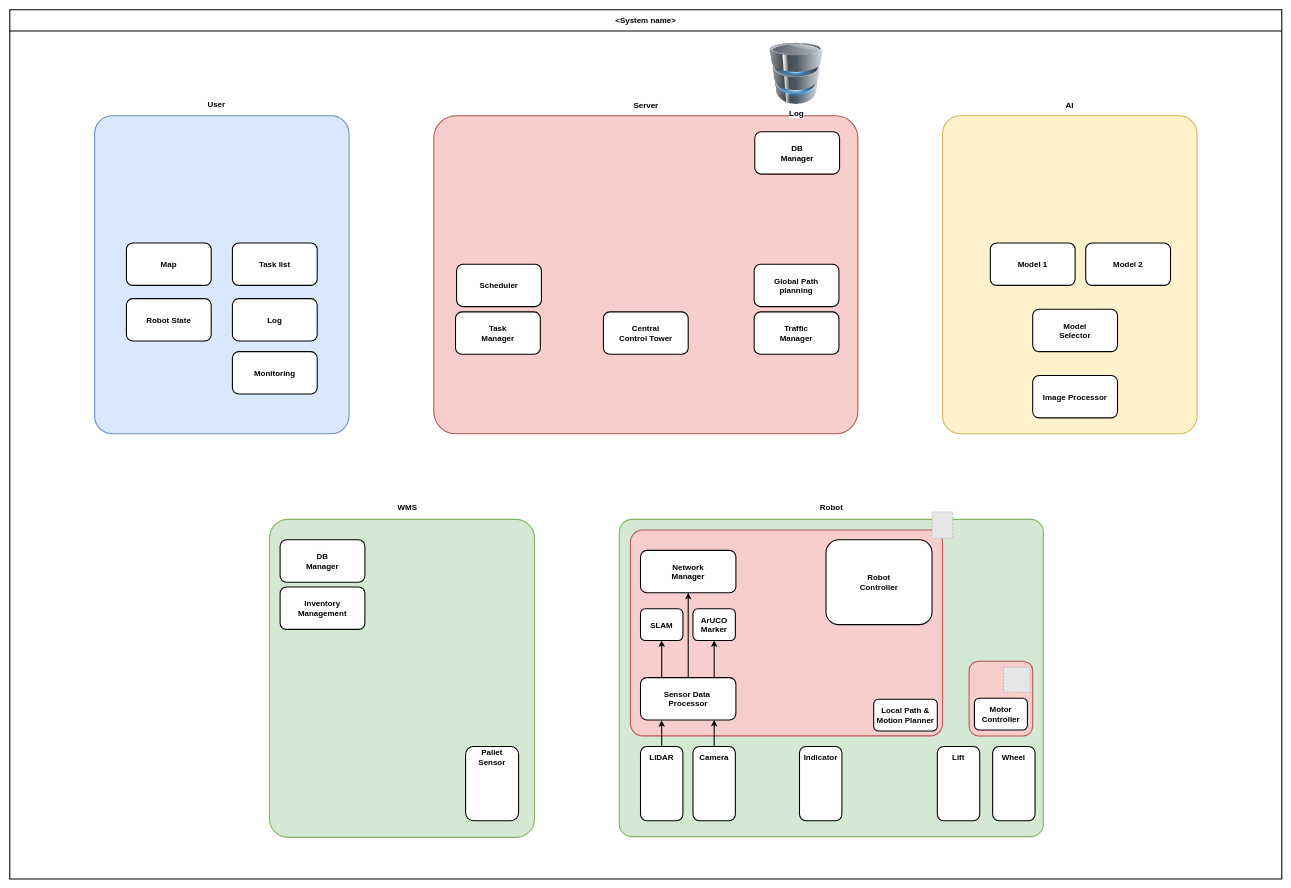
Above: diagram/System_Diagram.drawio in addinedu-ros-5th/ros-repo-1 (draw.io), before the change. Source tidied: cells renumbered, new cells numbered last; positions are measured from the earlier drawing's top-left corner, leaving out a move shared by most shapes. Both pictures are drawn from the tidied source at 53%, with x=0, y=0 at pixel (10, 10). Pictures stored in the file or linked from it are replaced by grey dashed boxes.
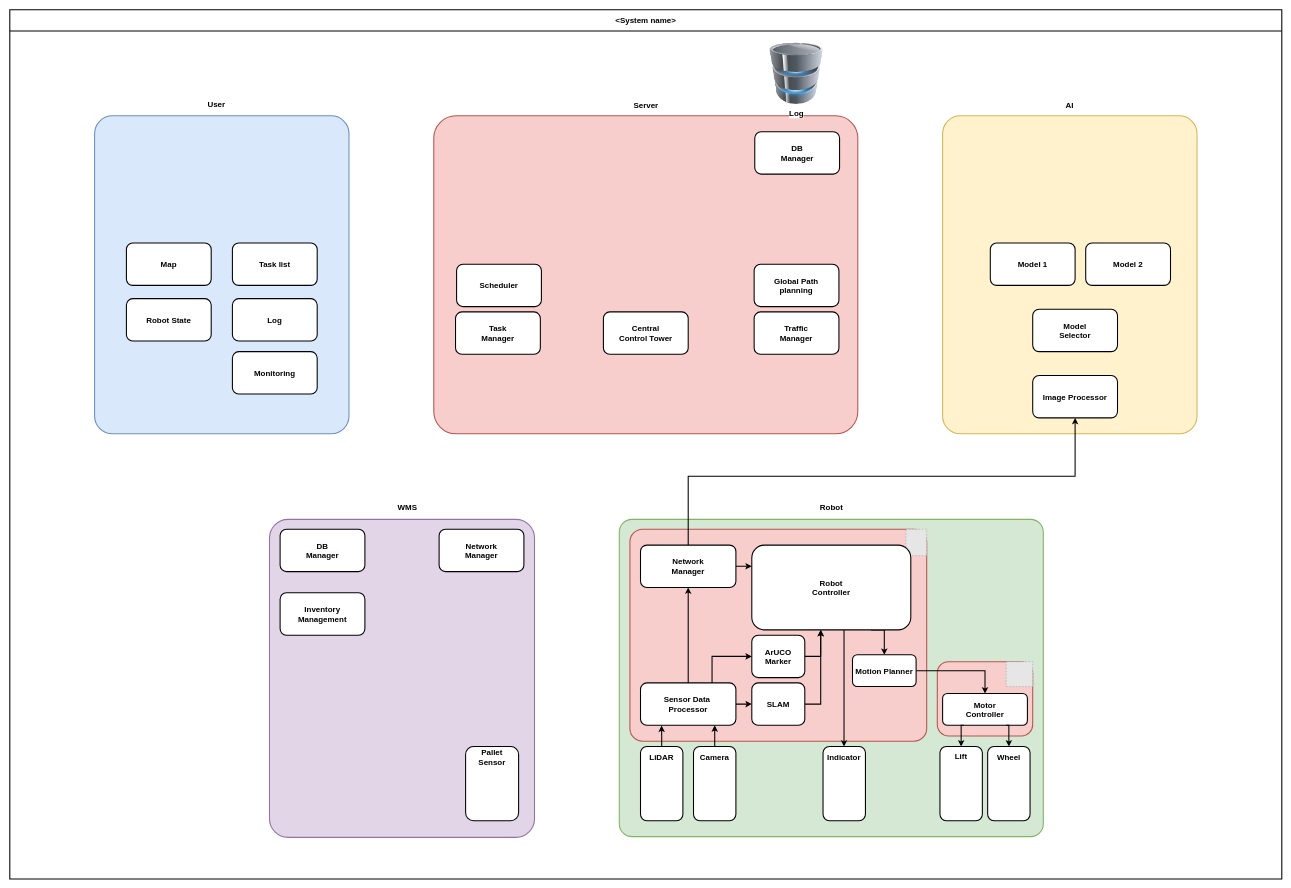
After the change.

The change refers to these unchanged cells:
```xml
<mxCell id="2" value="&lt;font style=&quot;font-size: 15px;&quot;&gt;&amp;lt;System name&amp;gt;&lt;/font&gt;" style="swimlane;whiteSpace=wrap;html=1;startSize=40;fontSize=15;strokeWidth=2;" parent="1" vertex="1">
  <mxGeometry width="2400" height="1640" as="geometry" />
</mxCell>
<mxCell id="31" value="&lt;b&gt;Image Processor&lt;/b&gt;" style="rounded=1;whiteSpace=wrap;html=1;fontSize=15;strokeWidth=2;" parent="2" vertex="1">
  <mxGeometry x="1930" y="690" width="160" height="80" as="geometry" />
</mxCell>
<mxCell id="51" style="rounded=1;whiteSpace=wrap;html=1;fontSize=15;strokeWidth=2;" parent="50" vertex="1">
  <mxGeometry width="80" height="140" as="geometry" />
</mxCell>
<mxCell id="54" style="rounded=1;whiteSpace=wrap;html=1;fontSize=15;strokeWidth=2;" parent="53" vertex="1">
  <mxGeometry width="80" height="140" as="geometry" />
</mxCell>
<mxCell id="58" style="rounded=1;whiteSpace=wrap;html=1;fontSize=15;strokeWidth=2;" parent="57" vertex="1">
  <mxGeometry width="80" height="140" as="geometry" />
</mxCell>
<mxCell id="62" style="rounded=1;whiteSpace=wrap;html=1;fontSize=15;strokeWidth=2;" parent="61" vertex="1">
  <mxGeometry width="80" height="140" as="geometry" />
</mxCell>
```

What changed in the source:
```diff
@@
     <mxCell id="7" style="rounded=1;whiteSpace=wrap;html=1;fillColor=#f8cecc;strokeColor=#b85450;strokeWidth=2;direction=south;fontSize=15;" parent="2" vertex="1">
-      <mxGeometry x="1810" y="1229" width="120" height="141" as="geometry" />
+      <mxGeometry x="1750" y="1230" width="180" height="140" as="geometry" />
     </mxCell>
     <mxCell id="8" style="rounded=1;whiteSpace=wrap;html=1;fillColor=#f8cecc;strokeColor=#b85450;strokeWidth=2;arcSize=6;fontSize=15;" parent="2" vertex="1">
-      <mxGeometry x="1171" y="981.4" width="589" height="388.6" as="geometry" />
+      <mxGeometry x="1170" y="980" width="560" height="400" as="geometry" />
     </mxCell>
     <mxCell id="9" style="fillColor=#E6E6E6;strokeColor=#999999;dashed=1;verticalLabelPosition=bottom;labelBackgroundColor=default;verticalAlign=top;fontSize=15;" parent="2" vertex="1">
-      <mxGeometry x="1740" y="947.3" width="39.2" height="50" as="geometry" />
+      <mxGeometry x="1690.8" y="980" width="39.2" height="50" as="geometry" />
     </mxCell>
     <mxCell id="10" style="fillColor=#E6E6E6;strokeColor=#999999;dashed=1;verticalLabelPosition=bottom;labelBackgroundColor=default;verticalAlign=top;fontSize=15;" parent="2" vertex="1">
-      <mxGeometry x="1875" y="1240.5" width="50" height="46.9" as="geometry" />
+      <mxGeometry x="1880" y="1230" width="50" height="46.9" as="geometry" />
     </mxCell>
     <mxCell id="11" value="&lt;b style=&quot;font-size: 15px;&quot;&gt;Motor&lt;/b&gt;&lt;div style=&quot;font-size: 15px;&quot;&gt;&lt;b style=&quot;font-size: 15px;&quot;&gt;Controller&lt;/b&gt;&lt;/div&gt;" style="rounded=1;whiteSpace=wrap;html=1;fontSize=15;strokeWidth=2;" parent="2" vertex="1">
-      <mxGeometry x="1820" y="1299" width="100" height="60" as="geometry" />
+      <mxGeometry x="1760" y="1290" width="160" height="60" as="geometry" />
     </mxCell>
+    <mxCell id="65" style="edgeStyle=orthogonalEdgeStyle;rounded=0;jettySize=auto;html=1;entryX=0.5;entryY=0;entryDx=0;entryDy=0;strokeWidth=2;exitX=0.75;exitY=1;exitDx=0;exitDy=0;" parent="2" edge="1" source="12" target="14">
+      <mxGeometry relative="1" as="geometry">
+        <Array as="points">
+          <mxPoint x="1650" y="1170" />
+        </Array>
+      </mxGeometry>
+    </mxCell>
+    <mxCell id="66" style="edgeStyle=orthogonalEdgeStyle;rounded=0;jettySize=auto;html=1;strokeWidth=2;" parent="2" edge="1" source="12" target="62">
+      <mxGeometry relative="1" as="geometry">
+        <Array as="points">
+          <mxPoint x="1574" y="1220" />
+          <mxPoint x="1574" y="1220" />
+        </Array>
+      </mxGeometry>
+    </mxCell>
     <mxCell id="12" value="&lt;b style=&quot;font-size: 15px;&quot;&gt;Robot&lt;/b&gt;&lt;div style=&quot;font-size: 15px;&quot;&gt;&lt;b style=&quot;font-size: 15px;&quot;&gt;Controller&lt;/b&gt;&lt;/div&gt;" style="rounded=1;whiteSpace=wrap;html=1;fontSize=15;strokeWidth=2;" parent="2" vertex="1">
-      <mxGeometry x="1540" y="1000" width="200" height="160" as="geometry" />
+      <mxGeometry x="1400" y="1010" width="300" height="160" as="geometry" />
     </mxCell>
+    <mxCell id="67" style="edgeStyle=orthogonalEdgeStyle;rounded=0;jettySize=auto;html=1;strokeWidth=2;" parent="2" edge="1" source="13">
+      <mxGeometry relative="1" as="geometry">
+        <mxPoint x="1530" y="1170" as="targetPoint" />
+        <Array as="points">
+          <mxPoint x="1530" y="1310" />
+          <mxPoint x="1530" y="1170" />
+        </Array>
+      </mxGeometry>
+    </mxCell>
     <mxCell id="13" value="&lt;span style=&quot;font-size: 15px;&quot;&gt;&lt;b style=&quot;font-size: 15px;&quot;&gt;SLAM&lt;/b&gt;&lt;/span&gt;" style="rounded=1;whiteSpace=wrap;html=1;fontSize=15;strokeWidth=2;" parent="2" vertex="1">
-      <mxGeometry x="1190" y="1130" width="80" height="60" as="geometry" />
+      <mxGeometry x="1400" y="1270" width="100" height="80" as="geometry" />
     </mxCell>
+    <mxCell id="68" style="edgeStyle=orthogonalEdgeStyle;rounded=0;jettySize=auto;html=1;entryX=0.5;entryY=0;entryDx=0;entryDy=0;strokeWidth=2;" parent="2" edge="1" source="14" target="11">
+      <mxGeometry relative="1" as="geometry" />
+    </mxCell>
-    <mxCell id="14" value="&lt;span style=&quot;font-size: 15px;&quot;&gt;&lt;b style=&quot;font-size: 15px;&quot;&gt;Local Path &amp;amp;&lt;/b&gt;&lt;/span&gt;&lt;div&gt;&lt;b&gt;Motion&amp;nbsp;&lt;/b&gt;&lt;b style=&quot;background-color: initial;&quot;&gt;Planner&lt;/b&gt;&lt;/div&gt;" style="rounded=1;whiteSpace=wrap;html=1;fontSize=15;strokeWidth=2;" parent="2" vertex="1">
-      <mxGeometry x="1630" y="1300.7" width="120" height="60" as="geometry" />
+    <mxCell id="14" value="&lt;div&gt;&lt;b&gt;Motion&amp;nbsp;&lt;/b&gt;&lt;b style=&quot;background-color: initial;&quot;&gt;Planner&lt;/b&gt;&lt;/div&gt;" style="rounded=1;whiteSpace=wrap;html=1;fontSize=15;strokeWidth=2;" parent="2" vertex="1">
+      <mxGeometry x="1590" y="1216.9" width="120" height="60" as="geometry" />
     </mxCell>
@@
+    <mxCell id="69" style="edgeStyle=orthogonalEdgeStyle;rounded=0;jettySize=auto;html=1;strokeWidth=2;" parent="2" edge="1" source="18">
+      <mxGeometry relative="1" as="geometry">
+        <mxPoint x="1530" y="1170" as="targetPoint" />
+        <Array as="points">
+          <mxPoint x="1530" y="1220" />
+          <mxPoint x="1530" y="1170" />
+        </Array>
+      </mxGeometry>
+    </mxCell>
     <mxCell id="18" value="&lt;span style=&quot;font-size: 15px;&quot;&gt;&lt;b style=&quot;font-size: 15px;&quot;&gt;ArUCO Marker&lt;/b&gt;&lt;/span&gt;" style="rounded=1;whiteSpace=wrap;html=1;fontSize=15;strokeWidth=2;" parent="2" vertex="1">
-      <mxGeometry x="1289" y="1130" width="80" height="60" as="geometry" />
+      <mxGeometry x="1400" y="1180" width="100" height="80" as="geometry" />
     </mxCell>
@@
-    <mxCell id="21" style="edgeStyle=orthogonalEdgeStyle;rounded=0;jettySize=auto;html=1;entryX=0.5;entryY=1;entryDx=0;entryDy=0;strokeWidth=2;" parent="2" edge="1" source="23" target="13">
-      <mxGeometry relative="1" as="geometry">
-        <Array as="points">
-          <mxPoint x="1230" y="1240" />
-          <mxPoint x="1230" y="1240" />
-        </Array>
-      </mxGeometry>
+    <mxCell id="21" style="edgeStyle=orthogonalEdgeStyle;rounded=0;jettySize=auto;html=1;entryX=0;entryY=0.5;entryDx=0;entryDy=0;strokeWidth=2;" parent="2" edge="1" source="23" target="13">
+      <mxGeometry relative="1" as="geometry" />
     </mxCell>
-    <mxCell id="22" style="edgeStyle=orthogonalEdgeStyle;rounded=0;jettySize=auto;html=1;strokeWidth=2;" parent="2" edge="1" source="23" target="18">
+    <mxCell id="22" style="edgeStyle=orthogonalEdgeStyle;rounded=0;jettySize=auto;html=1;entryX=0;entryY=0.5;entryDx=0;entryDy=0;exitX=0.75;exitY=0;exitDx=0;exitDy=0;strokeWidth=2;" parent="2" edge="1" source="23" target="18">
       <mxGeometry relative="1" as="geometry">
         <Array as="points">
-          <mxPoint x="1329" y="1240" />
-          <mxPoint x="1329" y="1240" />
+          <mxPoint x="1325" y="1220" />
         </Array>
       </mxGeometry>
     </mxCell>
     <mxCell id="23" value="&lt;div&gt;&lt;b&gt;Sensor Data&amp;nbsp;&lt;/b&gt;&lt;/div&gt;&lt;div&gt;&lt;b&gt;Processor&lt;/b&gt;&lt;/div&gt;" style="rounded=1;whiteSpace=wrap;html=1;fontSize=15;strokeWidth=2;" parent="2" vertex="1">
-      <mxGeometry x="1190" y="1260" width="180" height="80" as="geometry" />
+      <mxGeometry x="1190" y="1270" width="180" height="80" as="geometry" />
     </mxCell>
@@
-    <mxCell id="28" style="rounded=1;whiteSpace=wrap;html=1;fillColor=#d5e8d4;strokeColor=#82b366;arcSize=7;strokeWidth=2;fontSize=15;direction=south;" parent="2" vertex="1">
+    <mxCell id="28" style="rounded=1;whiteSpace=wrap;html=1;fillColor=#e1d5e7;strokeColor=#9673a6;arcSize=7;strokeWidth=2;fontSize=15;direction=south;" parent="2" vertex="1">
       <mxGeometry x="490" y="961.4" width="500" height="600" as="geometry" />
     </mxCell>
@@
     <mxCell id="42" value="&lt;b style=&quot;forced-color-adjust: none; color: rgb(0, 0, 0); font-family: Helvetica; font-size: 15px; font-style: normal; font-variant-ligatures: normal; font-variant-caps: normal; letter-spacing: normal; orphans: 2; text-align: center; text-indent: 0px; text-transform: none; widows: 2; word-spacing: 0px; -webkit-text-stroke-width: 0px; white-space: normal; background-color: rgb(251, 251, 251); text-decoration-thickness: initial; text-decoration-style: initial; text-decoration-color: initial;&quot;&gt;DB&lt;/b&gt;&lt;div style=&quot;font-size: 15px;&quot;&gt;&lt;b style=&quot;forced-color-adjust: none; color: rgb(0, 0, 0); font-family: Helvetica; font-size: 15px; font-style: normal; font-variant-ligatures: normal; font-variant-caps: normal; letter-spacing: normal; orphans: 2; text-align: center; text-indent: 0px; text-transform: none; widows: 2; word-spacing: 0px; -webkit-text-stroke-width: 0px; white-space: normal; background-color: rgb(251, 251, 251); text-decoration-thickness: initial; text-decoration-style: initial; text-decoration-color: initial;&quot;&gt;Manager&lt;/b&gt;&lt;/div&gt;" style="rounded=1;whiteSpace=wrap;html=1;fontSize=15;strokeWidth=2;" parent="2" vertex="1">
-      <mxGeometry x="510" y="1000" width="160" height="80" as="geometry" />
+      <mxGeometry x="510" y="980" width="160" height="80" as="geometry" />
     </mxCell>
@@
     <mxCell id="46" value="&lt;b&gt;Inventory&lt;/b&gt;&lt;div&gt;&lt;b&gt;Management&lt;/b&gt;&lt;/div&gt;" style="rounded=1;whiteSpace=wrap;html=1;fontSize=15;strokeWidth=2;" parent="2" vertex="1">
-      <mxGeometry x="510" y="1089" width="160" height="80" as="geometry" />
+      <mxGeometry x="510" y="1100" width="160" height="80" as="geometry" />
     </mxCell>
@@
     <mxCell id="50" style="group;fontSize=15;strokeWidth=1;glass=0;" parent="2" vertex="1">
-      <mxGeometry x="1289" y="1390" width="80" height="140" as="geometry" />
+      <mxGeometry x="1290" y="1390" width="80" height="140" as="geometry" />
     </mxCell>
@@
     <mxCell id="53" style="group;fontSize=15;strokeWidth=1;glass=0;" parent="2" vertex="1">
-      <mxGeometry x="1750" y="1390" width="80" height="140" as="geometry" />
+      <mxGeometry x="1755" y="1390" width="80" height="140" as="geometry" />
     </mxCell>
@@
     <mxCell id="55" value="&lt;b&gt;Lift&lt;/b&gt;" style="text;html=1;align=center;verticalAlign=middle;whiteSpace=wrap;rounded=0;fontSize=15;strokeWidth=2;" parent="53" vertex="1">
-      <mxGeometry y="10.8" width="80" height="17.5" as="geometry" />
+      <mxGeometry y="10" width="80" height="17.5" as="geometry" />
     </mxCell>
+    <mxCell id="70" style="edgeStyle=orthogonalEdgeStyle;rounded=0;jettySize=auto;html=1;strokeWidth=2;entryX=0.5;entryY=1;entryDx=0;entryDy=0;" parent="2" edge="1" source="56" target="31">
+      <mxGeometry relative="1" as="geometry">
+        <Array as="points">
+          <mxPoint x="1280" y="880" />
+          <mxPoint x="2010" y="880" />
+        </Array>
+      </mxGeometry>
+    </mxCell>
+    <mxCell id="71" style="edgeStyle=orthogonalEdgeStyle;rounded=0;jettySize=auto;html=1;entryX=0;entryY=0.25;entryDx=0;entryDy=0;strokeWidth=2;" parent="2" edge="1" source="56" target="12">
+      <mxGeometry relative="1" as="geometry" />
+    </mxCell>
     <mxCell id="56" value="&lt;b&gt;Network&lt;/b&gt;&lt;br&gt;&lt;div style=&quot;font-size: 15px;&quot;&gt;&lt;b style=&quot;forced-color-adjust: none; color: rgb(0, 0, 0); font-family: Helvetica; font-size: 15px; font-style: normal; font-variant-ligatures: normal; font-variant-caps: normal; letter-spacing: normal; orphans: 2; text-align: center; text-indent: 0px; text-transform: none; widows: 2; word-spacing: 0px; -webkit-text-stroke-width: 0px; white-space: normal; background-color: rgb(251, 251, 251); text-decoration-thickness: initial; text-decoration-style: initial; text-decoration-color: initial;&quot;&gt;Manager&lt;/b&gt;&lt;/div&gt;" style="rounded=1;whiteSpace=wrap;html=1;fontSize=15;strokeWidth=2;" parent="2" vertex="1">
-      <mxGeometry x="1190" y="1020" width="180" height="80" as="geometry" />
+      <mxGeometry x="1190" y="1010" width="180" height="80" as="geometry" />
     </mxCell>
     <mxCell id="57" style="group;fontSize=15;strokeWidth=1;glass=0;" parent="2" vertex="1">
-      <mxGeometry x="1854.4" y="1390" width="80" height="140" as="geometry" />
+      <mxGeometry x="1845" y="1390" width="80" height="140" as="geometry" />
     </mxCell>
@@
-    <mxCell id="60" style="edgeStyle=orthogonalEdgeStyle;rounded=0;jettySize=auto;html=1;strokeWidth=2;" parent="2" edge="1" source="51">
+    <mxCell id="60" style="edgeStyle=orthogonalEdgeStyle;rounded=0;jettySize=auto;html=1;strokeWidth=2;entryX=0.778;entryY=1;entryDx=0;entryDy=0;entryPerimeter=0;" parent="2" edge="1" source="51" target="23">
       <mxGeometry relative="1" as="geometry">
-        <mxPoint x="1329" y="1340" as="targetPoint" />
         <Array as="points">
-          <mxPoint x="1329" y="1340" />
+          <mxPoint x="1330" y="1350" />
         </Array>
       </mxGeometry>
     </mxCell>
     <mxCell id="61" style="group;fontSize=15;strokeWidth=1;glass=0;" parent="2" vertex="1">
-      <mxGeometry x="1490" y="1390" width="80" height="140" as="geometry" />
+      <mxGeometry x="1534.4" y="1390" width="80" height="140" as="geometry" />
     </mxCell>
@@
+    <mxCell id="72" style="edgeStyle=orthogonalEdgeStyle;rounded=0;jettySize=auto;html=1;strokeWidth=2;exitX=0.25;exitY=1;exitDx=0;exitDy=0;" parent="2" edge="1" source="11" target="54">
+      <mxGeometry relative="1" as="geometry">
+        <Array as="points">
+          <mxPoint x="1795" y="1350" />
+        </Array>
+      </mxGeometry>
+    </mxCell>
+    <mxCell id="73" style="edgeStyle=orthogonalEdgeStyle;rounded=0;jettySize=auto;html=1;strokeWidth=2;exitX=0.75;exitY=1;exitDx=0;exitDy=0;" parent="2" edge="1" source="11" target="58">
+      <mxGeometry relative="1" as="geometry">
+        <Array as="points">
+          <mxPoint x="1885" y="1350" />
+        </Array>
+      </mxGeometry>
+    </mxCell>
+    <mxCell id="74" value="&lt;b&gt;Network&lt;/b&gt;&lt;br&gt;&lt;div style=&quot;font-size: 15px;&quot;&gt;&lt;b style=&quot;forced-color-adjust: none; color: rgb(0, 0, 0); font-family: Helvetica; font-size: 15px; font-style: normal; font-variant-ligatures: normal; font-variant-caps: normal; letter-spacing: normal; orphans: 2; text-align: center; text-indent: 0px; text-transform: none; widows: 2; word-spacing: 0px; -webkit-text-stroke-width: 0px; white-space: normal; background-color: rgb(251, 251, 251); text-decoration-thickness: initial; text-decoration-style: initial; text-decoration-color: initial;&quot;&gt;Manager&lt;/b&gt;&lt;/div&gt;" style="rounded=1;whiteSpace=wrap;html=1;fontSize=15;strokeWidth=2;" parent="2" vertex="1">
+      <mxGeometry x="810" y="980" width="160" height="80" as="geometry" />
+    </mxCell>
```
